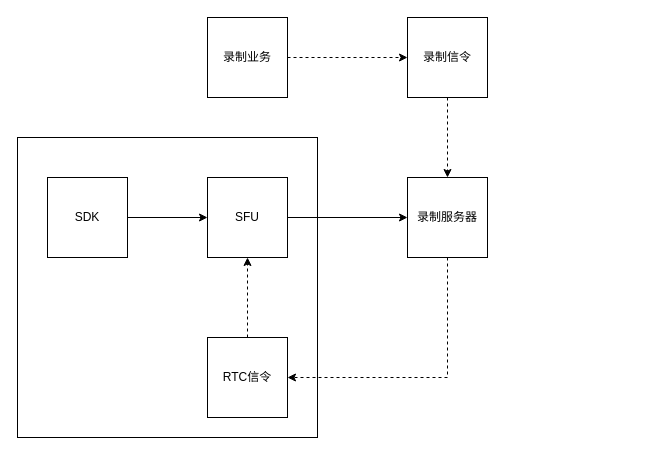
Before: page "Page-14" (14 of 16) of Untitled Diagram2.drawio in craterone/imgs, a draw.io diagram. Source tidied: cells renumbered, new cells numbered last; positions are measured from the earlier drawing's top-left corner, leaving out a move shared by most shapes. Both pictures are drawn from the tidied source at 100%, with x=0, y=0 at pixel (17, 17).
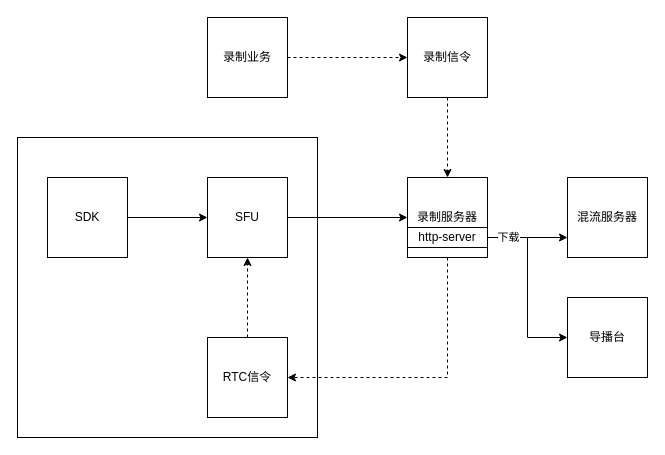
Above is the later version.

Change to the diagram source:
```diff
@@
+    <mxCell id="15" style="edgeStyle=orthogonalEdgeStyle;rounded=0;jettySize=auto;html=1;exitX=1;exitY=0.5;exitDx=0;exitDy=0;entryX=0;entryY=0.75;entryDx=0;entryDy=0;" parent="1" edge="1" source="18" target="19">
+      <mxGeometry relative="1" as="geometry" />
+    </mxCell>
+    <mxCell id="16" style="edgeStyle=orthogonalEdgeStyle;rounded=0;jettySize=auto;html=1;entryX=0;entryY=0.5;entryDx=0;entryDy=0;" parent="1" edge="1" source="18" target="20">
+      <mxGeometry relative="1" as="geometry" />
+    </mxCell>
+    <mxCell id="17" value="下载" style="edgeLabel;html=1;align=center;verticalAlign=middle;" parent="16" vertex="1">
+      <mxGeometry x="-0.78" y="1" relative="1" as="geometry" />
+    </mxCell>
+    <mxCell id="18" value="http-server" style="rounded=0;whiteSpace=wrap;html=1;" parent="1" vertex="1">
+      <mxGeometry x="390" y="210" width="80" height="20" as="geometry" />
+    </mxCell>
+    <mxCell id="19" value="混流服务器" style="whiteSpace=wrap;html=1;" parent="1" vertex="1">
+      <mxGeometry x="550" y="160" width="80" height="80" as="geometry" />
+    </mxCell>
+    <mxCell id="20" value="导播台" style="whiteSpace=wrap;html=1;" parent="1" vertex="1">
+      <mxGeometry x="550" y="280" width="80" height="80" as="geometry" />
+    </mxCell>
```
